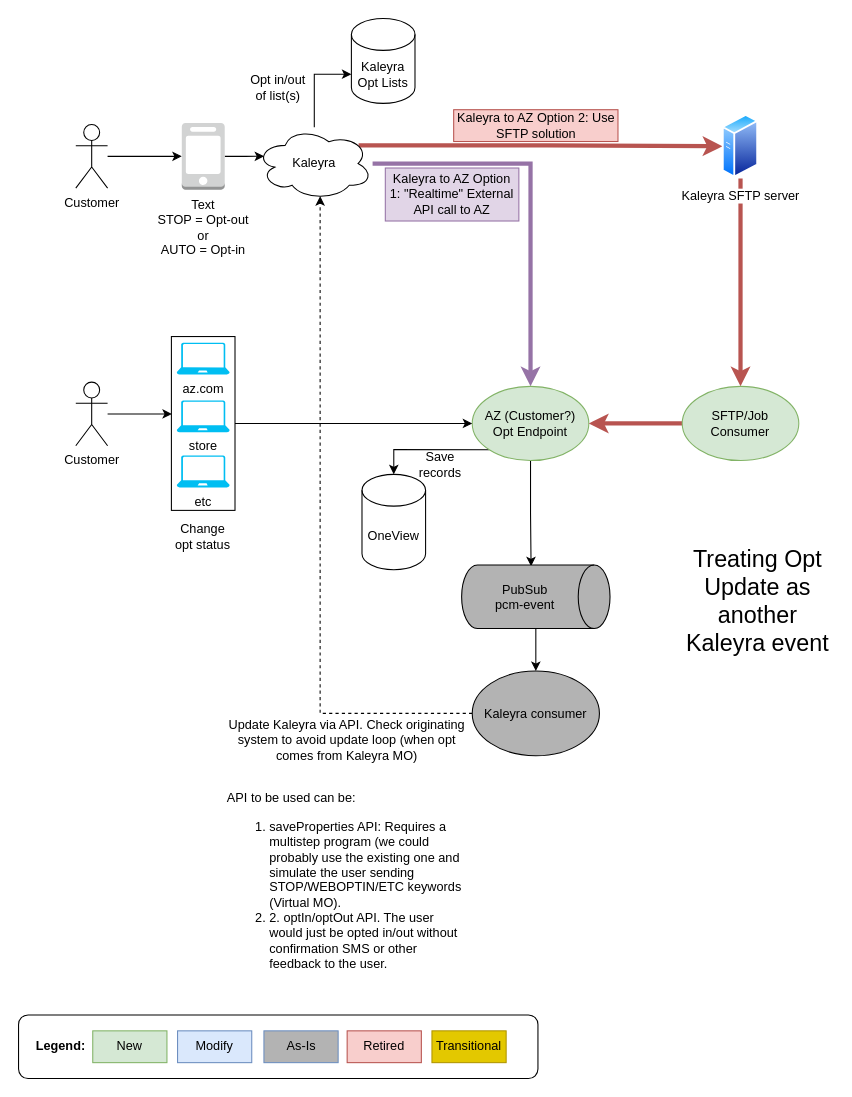
This is drawings/Kaleyra Opt Sync with existing consumer.drawio from AarellanoH/draw_io, a draw.io file, before an edit. Source tidied: cells renumbered, new cells numbered last; positions are measured from the earlier drawing's top-left corner, leaving out a move shared by most shapes. Both pictures are drawn from the tidied source at 106%, with x=0, y=0 at pixel (18, 18).
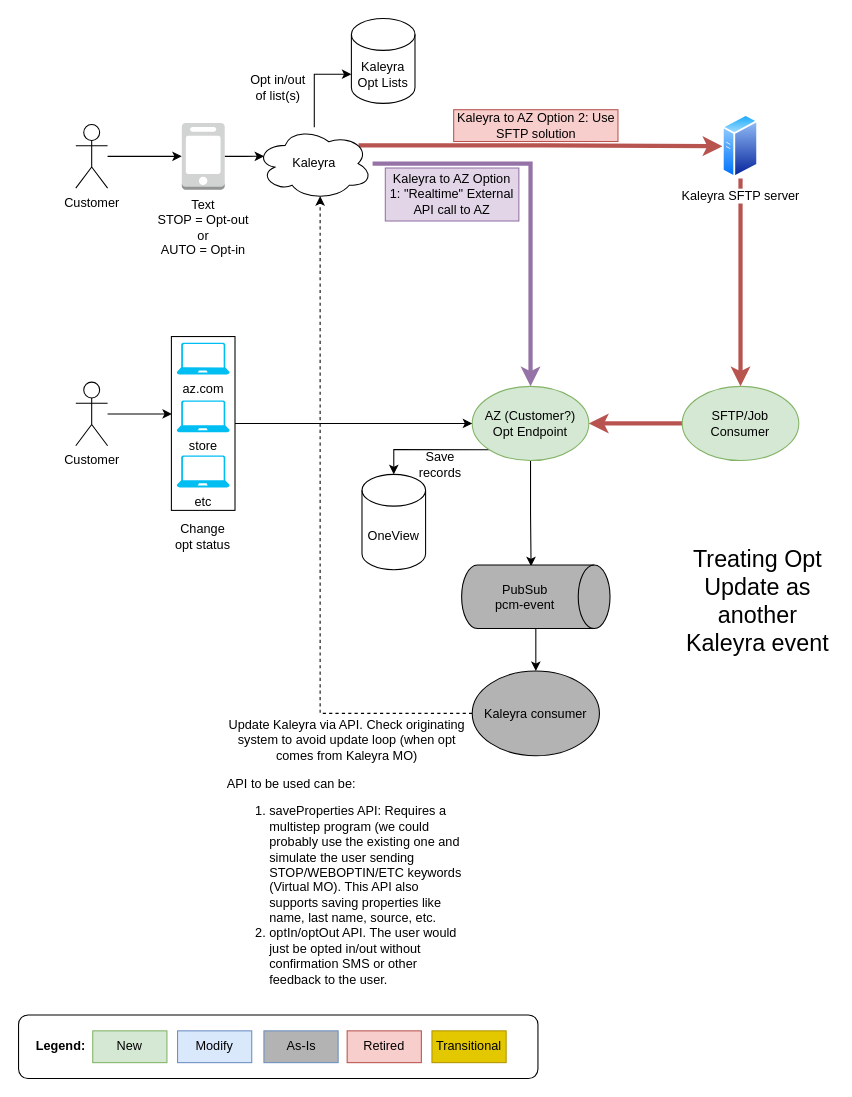
After the change.

Change to the diagram source:
```diff
@@
-    <mxCell id="48" value="API to be used can be:&lt;br&gt;&lt;ol&gt;&lt;li&gt;saveProperties API: Requires a multistep program (we could probably use the existing one and simulate the user sending STOP/WEBOPTIN/ETC keywords (Virtual MO).&lt;/li&gt;&lt;li&gt;2. optIn/optOut API. The user would just be opted in/out without confirmation SMS or other feedback to the user.&lt;/li&gt;&lt;/ol&gt;" style="text;html=1;strokeColor=none;fillColor=none;align=left;verticalAlign=middle;whiteSpace=wrap;rounded=0;" parent="1" vertex="1">
+    <mxCell id="48" value="API to be used can be:&lt;br&gt;&lt;ol&gt;&lt;li&gt;saveProperties API: Requires a multistep program (we could probably use the existing one and simulate the user sending STOP/WEBOPTIN/ETC keywords (Virtual MO). This API also supports saving properties like name, last name, source, etc.&lt;/li&gt;&lt;li&gt;optIn/optOut API. The user would just be opted in/out without confirmation SMS or other feedback to the user.&lt;/li&gt;&lt;/ol&gt;" style="text;html=1;strokeColor=none;fillColor=none;align=left;verticalAlign=middle;whiteSpace=wrap;rounded=0;" parent="1" vertex="1">
       <mxGeometry x="194.5" y="710" width="230" height="220" as="geometry" />
     </mxCell>
```
